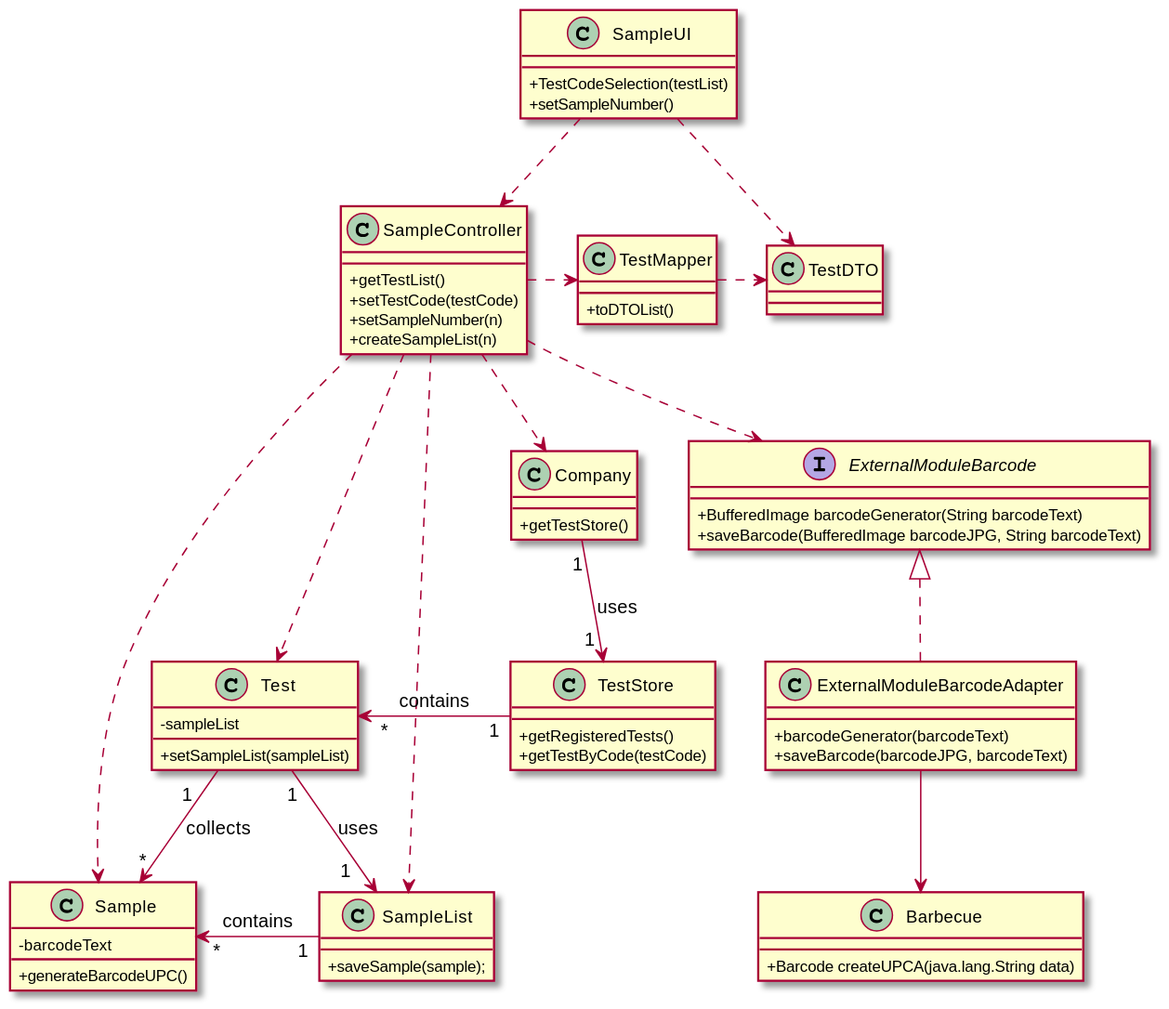
This is docs/SprintC/US5/US5_CD.svg from MadDinosaur/ISEP-LAPR2, a PlantUML export, as it was before one commit.
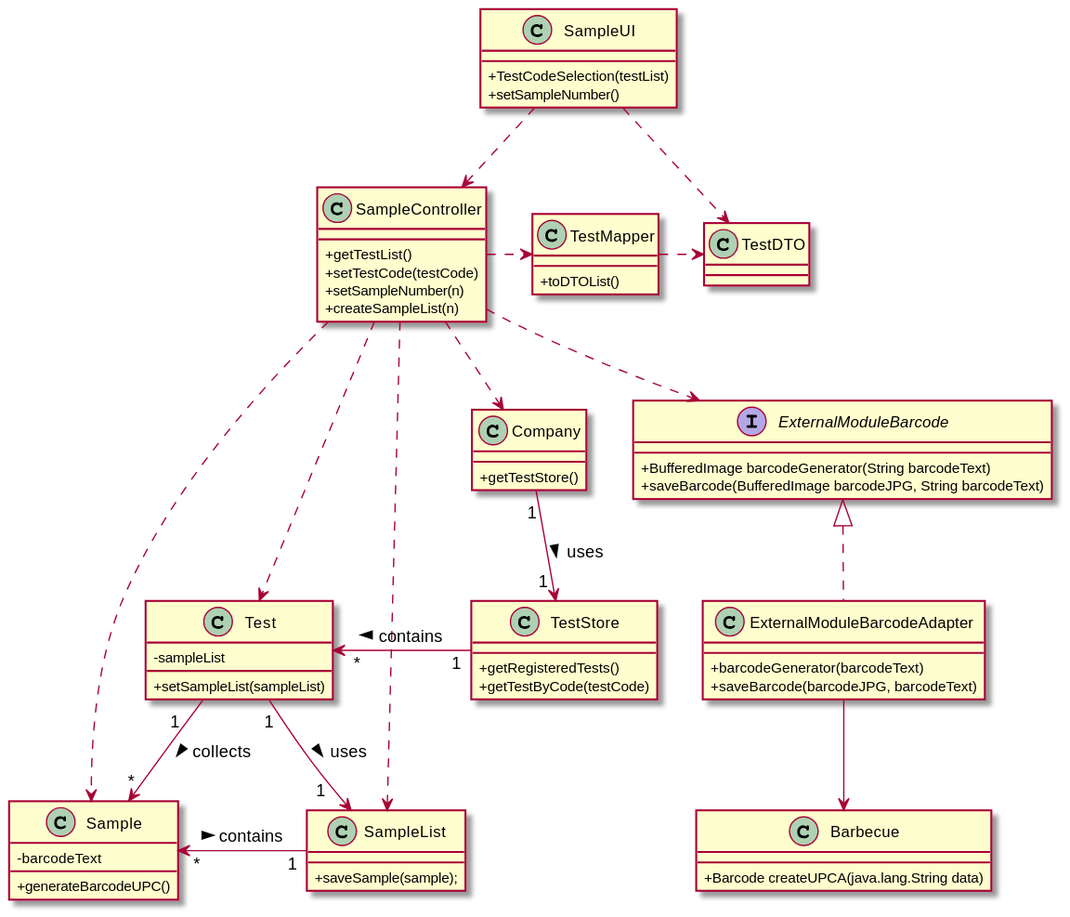
After the change.

Diff of the diagram source:
```diff
@@ -69,11 +69,12 @@
 SampleController ..> ExternalModuleBarcode
 SampleController ..> SampleList
 SampleController ...> Test
-Company "1"-->"1 " TestStore : uses
-Test " 1   "-->"*" Sample : collects
-TestStore "        1"->"  *     " Test : contains
-Sample " *   "<-"   1" SampleList : contains
-Test "1"->"1   " SampleList : uses
+Company "1"-->"1 " TestStore : uses >
+Test " 1   "-->"*" Sample : collects >
+
+TestStore "        1"->"  *     " Test : contains >
+Sample " *   "<-"   1" SampleList : contains >
+Test "1"->"1   " SampleList : uses >
 SampleUI ..> TestDTO
 
 @enduml
```
